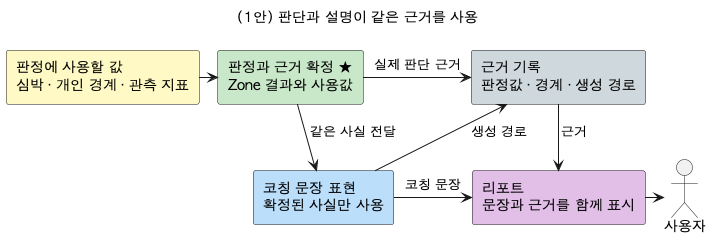
Earlier version of the PlantUML export arch/dp/dp-01-explainability/images/dp-01-explainability-adopted-simple.png (tenyearslove/zone2runner).
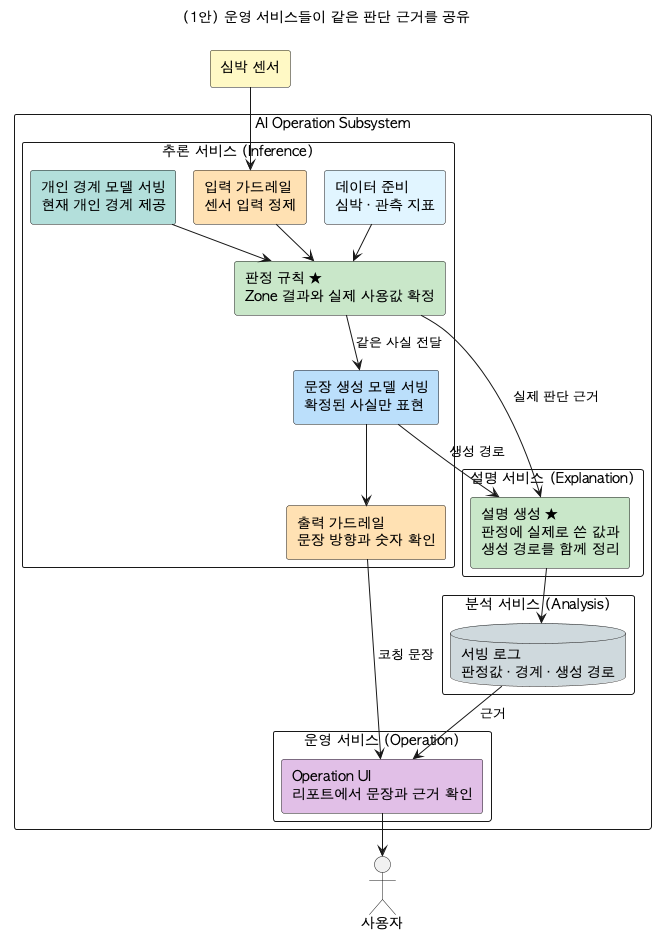
The same file after the commit.

What changed in the source:
```diff
@@ -1,27 +1,52 @@
 @startuml
 !pragma layout smetana
-title (1안) 판단과 설명이 같은 근거를 사용
+title (1안) 운영 서비스들이 같은 판단 근거를 공유
 
 skinparam defaultFontName "AppleGothic"
 skinparam componentStyle rectangle
+skinparam packageStyle rectangle
 skinparam shadowing false
 skinparam linetype ortho
 skinparam nodesep 24
 skinparam ranksep 28
 top to bottom direction
 
-component "판정에 사용할 값\n심박 · 개인 경계 · 관측 지표" as INPUT #FFF9C4
-component "판정과 근거 확정 ★\nZone 결과와 사용값" as FACT #C8E6C9
-component "코칭 문장 표현\n확정된 사실만 사용" as WORDS #BBDEFB
-component "근거 기록\n판정값 · 경계 · 생성 경로" as RECORD #CFD8DC
-component "리포트\n문장과 근거를 함께 표시" as REPORT #E1BEE7
+component "심박 센서" as SENSOR #FFF9C4
 actor "사용자" as USER
 
-INPUT -right-> FACT
-FACT -down-> WORDS : 같은 사실 전달
-FACT -right-> RECORD : 실제 판단 근거
-WORDS -right-> REPORT : 코칭 문장
-WORDS -up-> RECORD : 생성 경로
-RECORD -down-> REPORT : 근거
-REPORT -right-> USER
+package "AI Operation Subsystem" {
+  package "추론 서비스 (Inference)" {
+    component "데이터 준비\n심박 · 관측 지표" as DATA #E1F5FE
+    component "입력 가드레일\n센서 입력 정제" as INPUT #FFE0B2
+    component "개인 경계 모델 서빙\n현재 개인 경계 제공" as PERSONAL #B2DFDB
+    component "판정 규칙 ★\nZone 결과와 실제 사용값 확정" as DECISION #C8E6C9
+    component "문장 생성 모델 서빙\n확정된 사실만 표현" as WORDS #BBDEFB
+    component "출력 가드레일\n문장 방향과 숫자 확인" as OUTPUT #FFE0B2
+    DATA --> DECISION
+    INPUT --> DECISION
+    PERSONAL --> DECISION
+    DECISION --> WORDS : 같은 사실 전달
+    WORDS --> OUTPUT
+  }
+
+  package "설명 서비스 (Explanation)" {
+    component "설명 생성 ★\n판정에 실제로 쓴 값과\n생성 경로를 함께 정리" as EXPLAIN #C8E6C9
+  }
+
+  package "분석 서비스 (Analysis)" {
+    database "서빙 로그\n판정값 · 경계 · 생성 경로" as LOG #CFD8DC
+  }
+
+  package "운영 서비스 (Operation)" {
+    component "Operation UI\n리포트에서 문장과 근거 확인" as UI #E1BEE7
+  }
+}
+
+SENSOR --> INPUT
+DECISION --> EXPLAIN : 실제 판단 근거
+WORDS --> EXPLAIN : 생성 경로
+EXPLAIN --> LOG
+OUTPUT --> UI : 코칭 문장
+LOG --> UI : 근거
+UI --> USER
 @enduml
```
